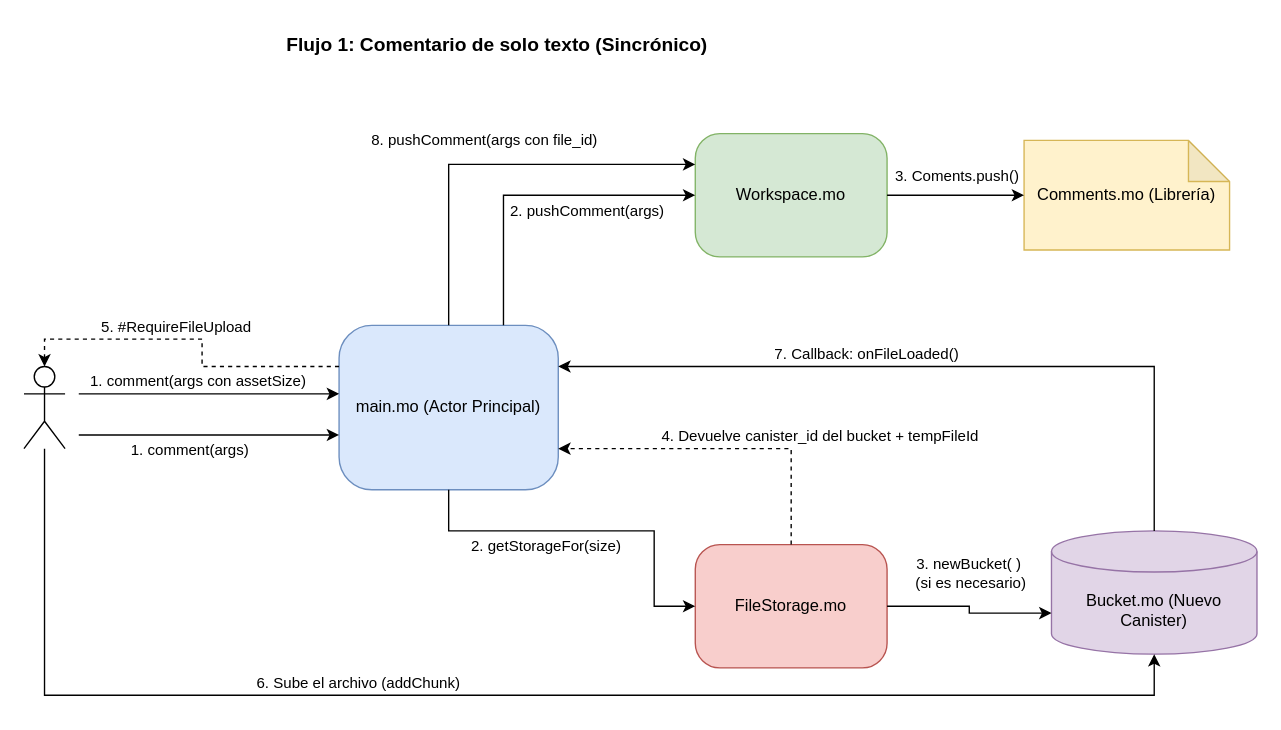
Earlier version of the draw.io diagram architecture/FileStorageManager.drawio (ArielRobotti/pm). Source tidied: cells renumbered, new cells numbered last; positions are measured from the earlier drawing's top-left corner, leaving out a move shared by most shapes. Both pictures are drawn from the tidied source at 137%, with x=0, y=0 at pixel (23, 23).
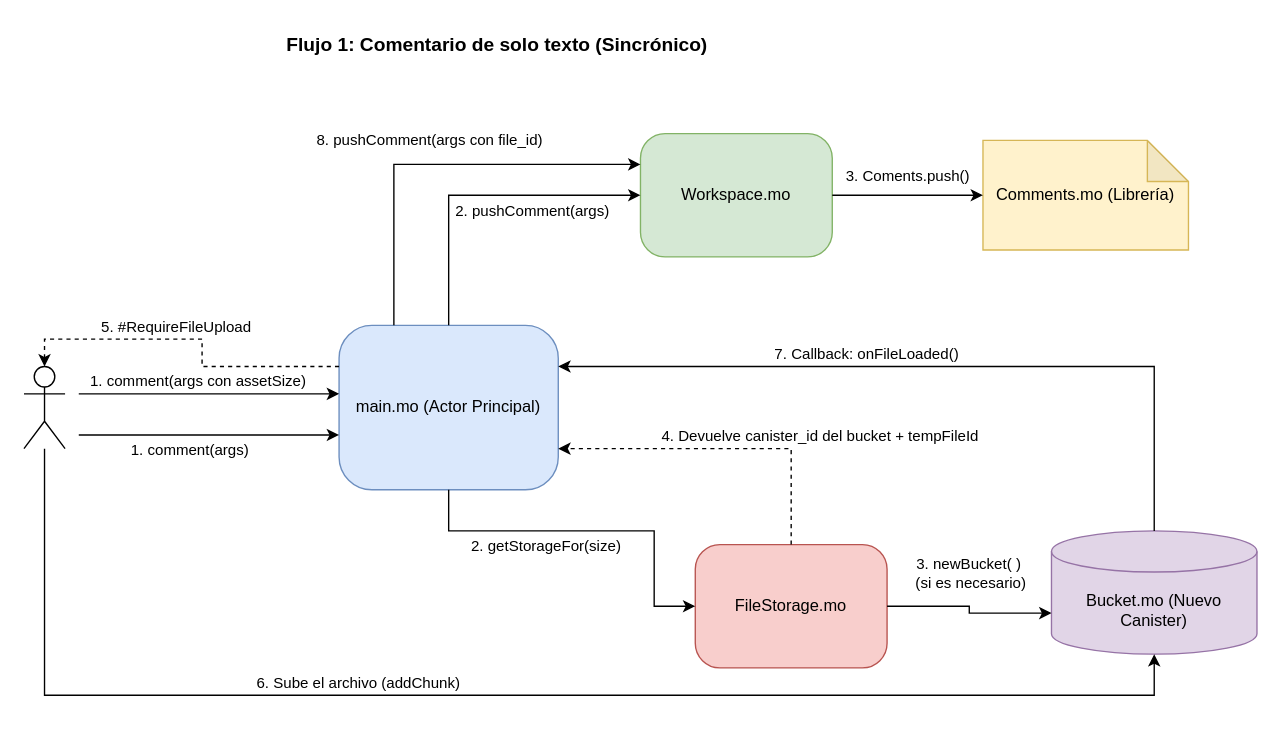
The same page after the edit.

The change refers to these unchanged cells:
```xml
<mxCell id="3" value="main.mo (Actor Principal)" style="rounded=1;whiteSpace=wrap;html=1;arcSize=20;fillColor=#dae8fc;strokeColor=#6c8ebf;" parent="1" vertex="1">
  <mxGeometry x="230" y="220" width="160" height="120" as="geometry" />
</mxCell>
```

What changed in the source:
```diff
@@
     <mxCell id="4" value="Workspace.mo" style="rounded=1;whiteSpace=wrap;html=1;arcSize=20;fillColor=#d5e8d4;strokeColor=#82b366;" parent="1" vertex="1">
-      <mxGeometry x="490" y="80" width="140" height="90" as="geometry" />
+      <mxGeometry x="450" y="80" width="140" height="90" as="geometry" />
     </mxCell>
     <mxCell id="5" value="Comments.mo (Librería)" style="shape=note;whiteSpace=wrap;html=1;backgroundOutline=1;darkOpacity=0.05;fillColor=#fff2cc;strokeColor=#d6b656;" parent="1" vertex="1">
-      <mxGeometry x="730" y="85" width="150" height="80" as="geometry" />
+      <mxGeometry x="700" y="85" width="150" height="80" as="geometry" />
     </mxCell>
@@
     <mxCell id="11" style="edgeStyle=orthogonalEdgeStyle;rounded=0;jettySize=auto;html=1;entryX=0;entryY=0.5;entryDx=0;entryDy=0;strokeColor=light-dark(#000000,#FFB366);" parent="1" edge="1" source="3" target="4">
       <mxGeometry relative="1" as="geometry">
         <Array as="points">
-          <mxPoint x="350" y="125" />
+          <mxPoint x="310" y="125" />
         </Array>
       </mxGeometry>
     </mxCell>
@@
-    <mxCell id="29" style="edgeStyle=orthogonalEdgeStyle;rounded=0;jettySize=auto;html=1;entryX=0;entryY=0.25;entryDx=0;entryDy=0;exitX=0.5;exitY=0;exitDx=0;exitDy=0;strokeColor=light-dark(#000000,#00CC00);" parent="1" edge="1" source="3" target="4">
+    <mxCell id="29" style="edgeStyle=orthogonalEdgeStyle;rounded=0;jettySize=auto;html=1;entryX=0;entryY=0.25;entryDx=0;entryDy=0;exitX=0.25;exitY=0;exitDx=0;exitDy=0;strokeColor=light-dark(#000000,#00CC00);" parent="1" edge="1" source="3" target="4">
       <mxGeometry relative="1" as="geometry">
         <Array as="points">
-          <mxPoint x="310" y="103" />
+          <mxPoint x="270" y="103" />
         </Array>
       </mxGeometry>
     </mxCell>
```
